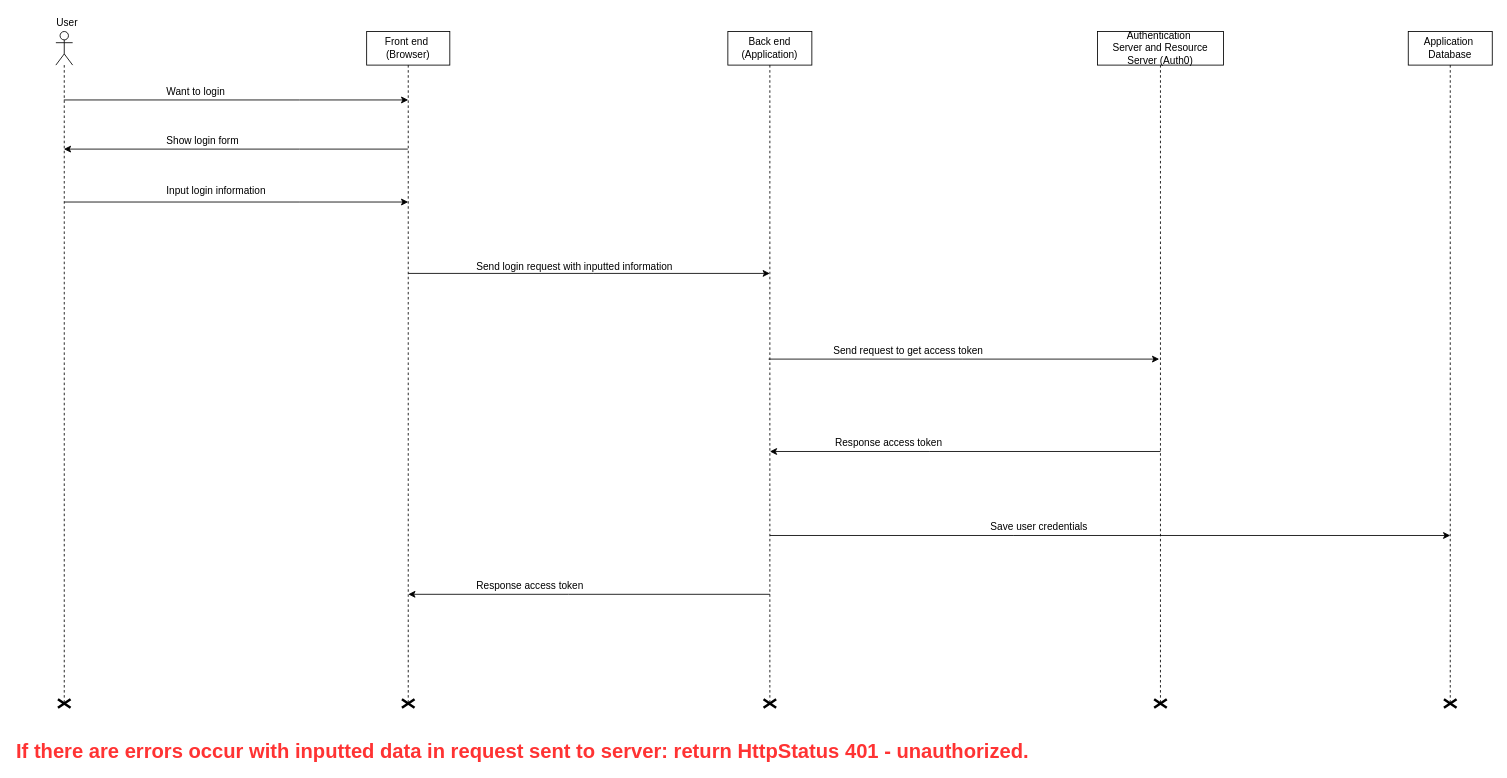
This is document_login.drawio from quocq6hcm/HeHeHe, a draw.io file, before an edit. Source tidied: cells renumbered, new cells numbered last; positions are measured from the earlier drawing's top-left corner, leaving out a move shared by most shapes. Both pictures are drawn from the tidied source at 84%, with x=0, y=0 at pixel (14, 14).
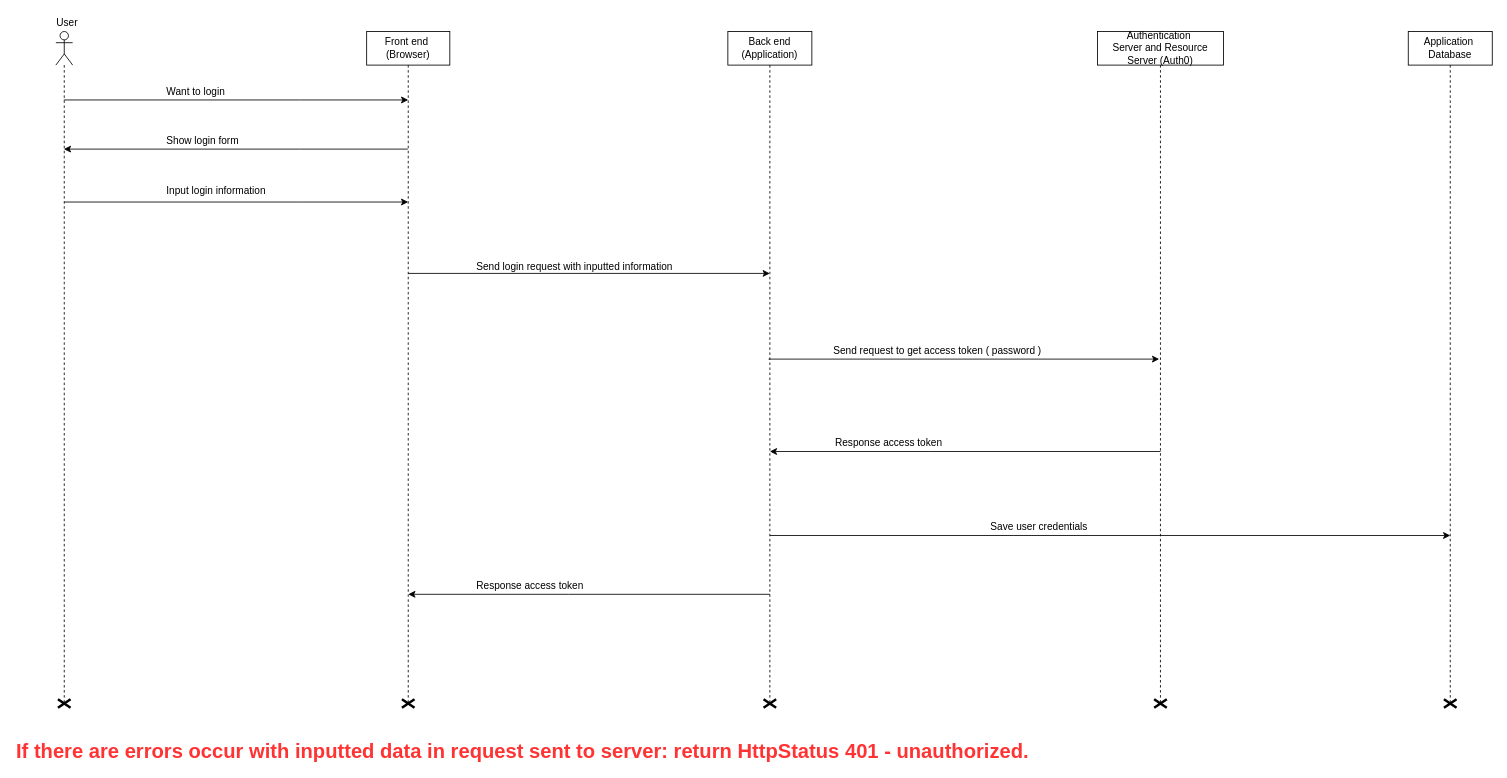
After the change.

The edit, as a diff of the source:
```diff
@@
-    <mxCell id="17" value="Send request to get access token&lt;br&gt;" style="text;html=1;align=left;verticalAlign=top;spacingTop=-4;" parent="1" vertex="1">
-      <mxGeometry x="973" y="390" width="190" height="20" as="geometry" />
+    <mxCell id="17" value="Send request to get access token ( password )&lt;br&gt;" style="text;html=1;align=left;verticalAlign=top;spacingTop=-4;" parent="1" vertex="1">
+      <mxGeometry x="973" y="390" width="260" height="20" as="geometry" />
     </mxCell>
```
